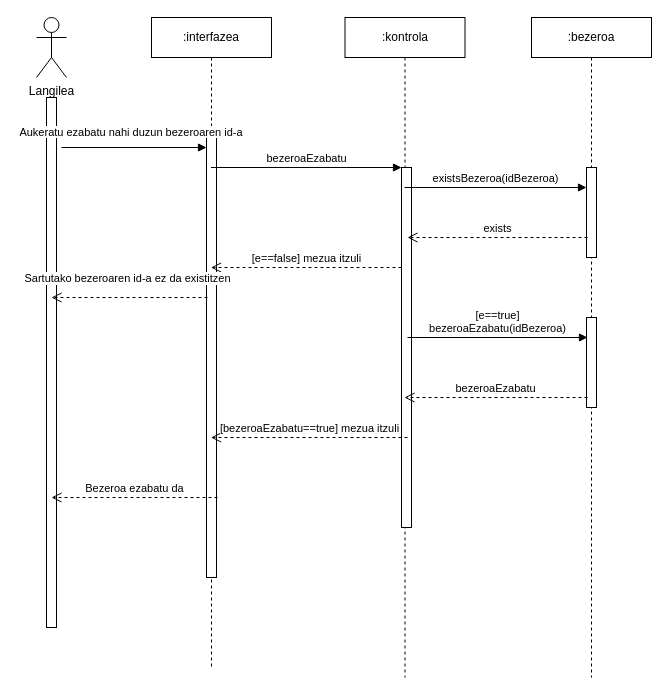
Above: JAVA/Diagramak/J_SekuentziaDiagrama2.drawio in iguisado228/3Erronka (draw.io), before the change. Source tidied: cells renumbered, new cells numbered last; positions are measured from the earlier drawing's top-left corner, leaving out a move shared by most shapes. Both pictures are drawn from the tidied source at 100%, with x=0, y=0 at pixel (36, 17).
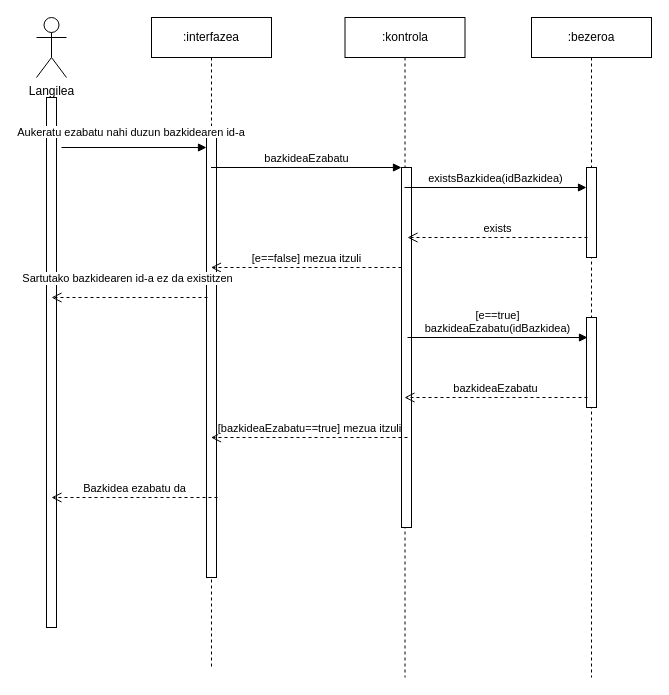
The same diagram, later.

Commit message (it also covers changes not shown here):
sekuentzia diagrama zuzenduta

Unchanged cells that the change refers to:
```xml
<mxCell id="3" value=":interfazea" style="shape=umlLifeline;perimeter=lifelinePerimeter;whiteSpace=wrap;html=1;outlineConnect=0;portConstraint=eastwest;newEdgeStyle={&quot;curved&quot;:0,&quot;rounded&quot;:0};" parent="1" vertex="1">
  <mxGeometry x="115" width="120" height="650" as="geometry" />
</mxCell>
<mxCell id="5" value=":kontrola" style="shape=umlLifeline;perimeter=lifelinePerimeter;whiteSpace=wrap;html=1;outlineConnect=0;portConstraint=eastwest;newEdgeStyle={&quot;curved&quot;:0,&quot;rounded&quot;:0};" parent="1" vertex="1">
  <mxGeometry x="308.5" width="120" height="660" as="geometry" />
</mxCell>
```

What changed in the source:
```diff
@@
-    <mxCell id="10" value="bezeroaEzabatu" style="html=1;verticalAlign=bottom;endArrow=block;curved=0;rounded=0;" parent="1" edge="1">
+    <mxCell id="10" value="bazkideaEzabatu" style="html=1;verticalAlign=bottom;endArrow=block;curved=0;rounded=0;" parent="1" edge="1">
       <mxGeometry relative="1" as="geometry">
         <mxPoint x="174.5" y="150" as="sourcePoint" />
         <mxPoint x="365" y="150" as="targetPoint" />
       </mxGeometry>
     </mxCell>
@@
-    <mxCell id="12" value="&lt;span style=&quot;font-size: 11px; text-wrap-mode: nowrap; background-color: rgb(255, 255, 255);&quot;&gt;Aukeratu ezabatu nahi duzun bezeroaren id-a&lt;/span&gt;" style="text;html=1;align=center;verticalAlign=middle;whiteSpace=wrap;rounded=0;" parent="1" vertex="1">
+    <mxCell id="12" value="&lt;span style=&quot;font-size: 11px; text-wrap-mode: nowrap; background-color: rgb(255, 255, 255);&quot;&gt;Aukeratu ezabatu nahi duzun bazkidearen id-a&lt;/span&gt;" style="text;html=1;align=center;verticalAlign=middle;whiteSpace=wrap;rounded=0;" parent="1" vertex="1">
       <mxGeometry x="25" y="80" width="140" height="70" as="geometry" />
     </mxCell>
-    <mxCell id="13" value="existsBezeroa(idBezeroa)" style="html=1;verticalAlign=bottom;endArrow=block;curved=0;rounded=0;" parent="1" edge="1">
+    <mxCell id="13" value="existsBazkidea(idBazkidea)" style="html=1;verticalAlign=bottom;endArrow=block;curved=0;rounded=0;" parent="1" edge="1">
       <mxGeometry relative="1" as="geometry">
         <mxPoint x="368" y="170" as="sourcePoint" />
         <mxPoint x="550" y="170" as="targetPoint" />
       </mxGeometry>
     </mxCell>
@@
-    <mxCell id="16" value="Sartutako bezeroaren id-a ez da existitzen" style="html=1;verticalAlign=bottom;endArrow=open;dashed=1;endSize=8;curved=0;rounded=0;" parent="1" edge="1">
+    <mxCell id="16" value="Sartutako bazkidearen id-a ez da existitzen" style="html=1;verticalAlign=bottom;endArrow=open;dashed=1;endSize=8;curved=0;rounded=0;" parent="1" edge="1">
       <mxGeometry x="0.02" y="-10" relative="1" as="geometry">
         <mxPoint x="171" y="280" as="sourcePoint" />
         <mxPoint x="15" y="280" as="targetPoint" />
       </mxGeometry>
     </mxCell>
-    <mxCell id="17" value="[e==true]&lt;div&gt;bezeroaEzabatu(idBezeroa)&lt;/div&gt;" style="html=1;verticalAlign=bottom;endArrow=block;curved=0;rounded=0;" parent="1" edge="1">
+    <mxCell id="17" value="[e==true]&lt;div&gt;bazkideaEzabatu(idBazkidea)&lt;/div&gt;" style="html=1;verticalAlign=bottom;endArrow=block;curved=0;rounded=0;" parent="1" edge="1">
       <mxGeometry relative="1" as="geometry">
         <mxPoint x="371" y="320" as="sourcePoint" />
         <mxPoint x="551" y="320" as="targetPoint" />
       </mxGeometry>
     </mxCell>
-    <mxCell id="18" value="bezeroaEzabatu" style="html=1;verticalAlign=bottom;endArrow=open;dashed=1;endSize=8;curved=0;rounded=0;" parent="1" edge="1" target="5">
+    <mxCell id="18" value="bazkideaEzabatu" style="html=1;verticalAlign=bottom;endArrow=open;dashed=1;endSize=8;curved=0;rounded=0;" parent="1" edge="1" target="5">
       <mxGeometry relative="1" as="geometry">
         <mxPoint x="551" y="380" as="sourcePoint" />
       </mxGeometry>
     </mxCell>
-    <mxCell id="19" value="[bezeroaEzabatu==true] mezua itzuli" style="html=1;verticalAlign=bottom;endArrow=open;dashed=1;endSize=8;curved=0;rounded=0;" parent="1" edge="1" target="3">
+    <mxCell id="19" value="[bazkideaEzabatu==true] mezua itzuli" style="html=1;verticalAlign=bottom;endArrow=open;dashed=1;endSize=8;curved=0;rounded=0;" parent="1" edge="1" target="3">
       <mxGeometry relative="1" as="geometry">
         <mxPoint x="371" y="420" as="sourcePoint" />
       </mxGeometry>
     </mxCell>
-    <mxCell id="20" value="Bezeroa ezabatu da" style="html=1;verticalAlign=bottom;endArrow=open;dashed=1;endSize=8;curved=0;rounded=0;" parent="1" edge="1">
+    <mxCell id="20" value="Bazkidea ezabatu da" style="html=1;verticalAlign=bottom;endArrow=open;dashed=1;endSize=8;curved=0;rounded=0;" parent="1" edge="1">
       <mxGeometry relative="1" as="geometry">
         <mxPoint x="181" y="480" as="sourcePoint" />
         <mxPoint x="15" y="480" as="targetPoint" />
       </mxGeometry>
     </mxCell>
```
